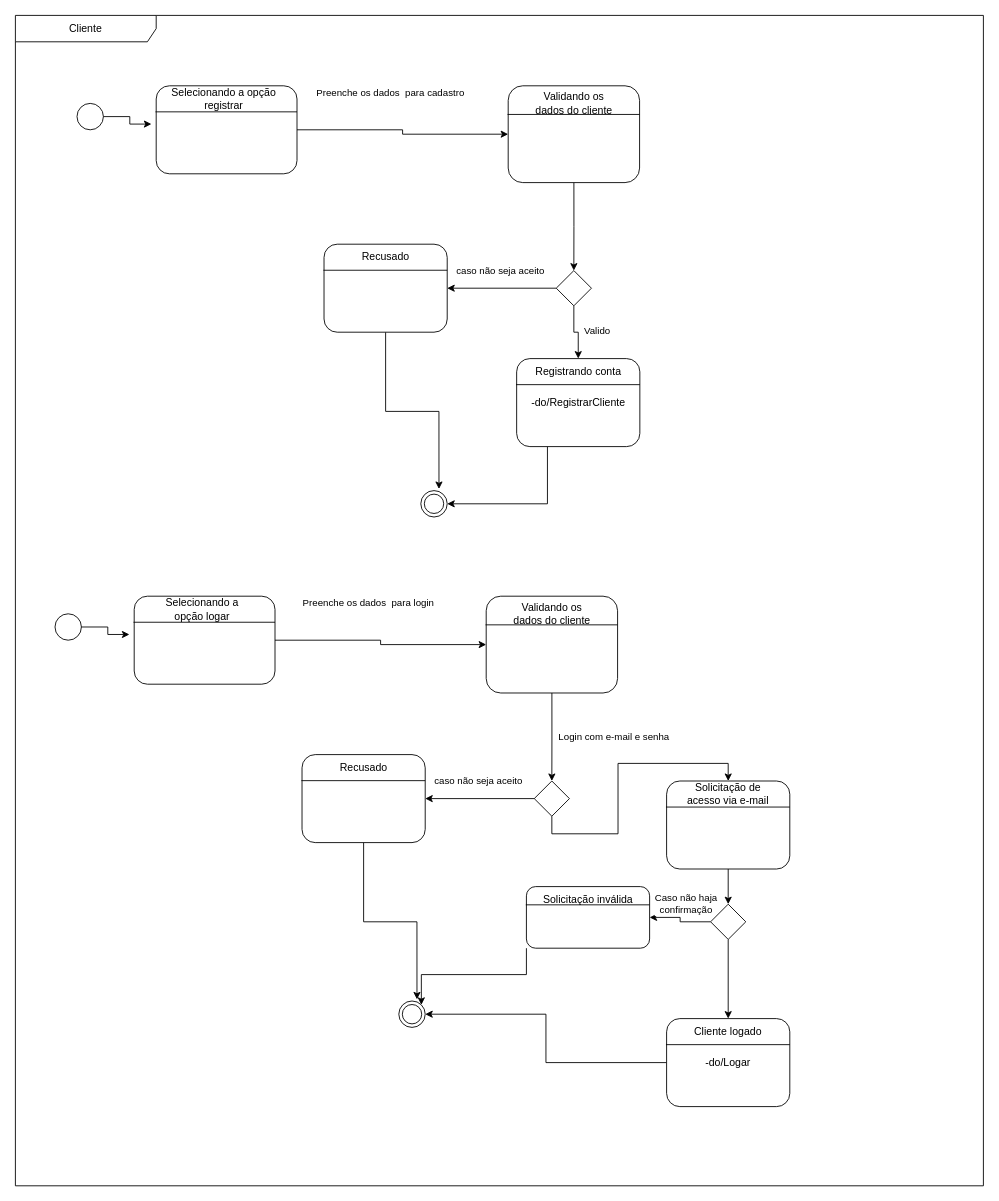
The draw.io diagram Cliente.drawio in PedroAP2/Projeto-EngenhariaDaComputacao, before the edit. Source tidied: cells renumbered, new cells numbered last; positions are measured from the earlier drawing's top-left corner, leaving out a move shared by most shapes. Both pictures are drawn from the tidied source at 88%, with x=0, y=0 at pixel (15, 15).
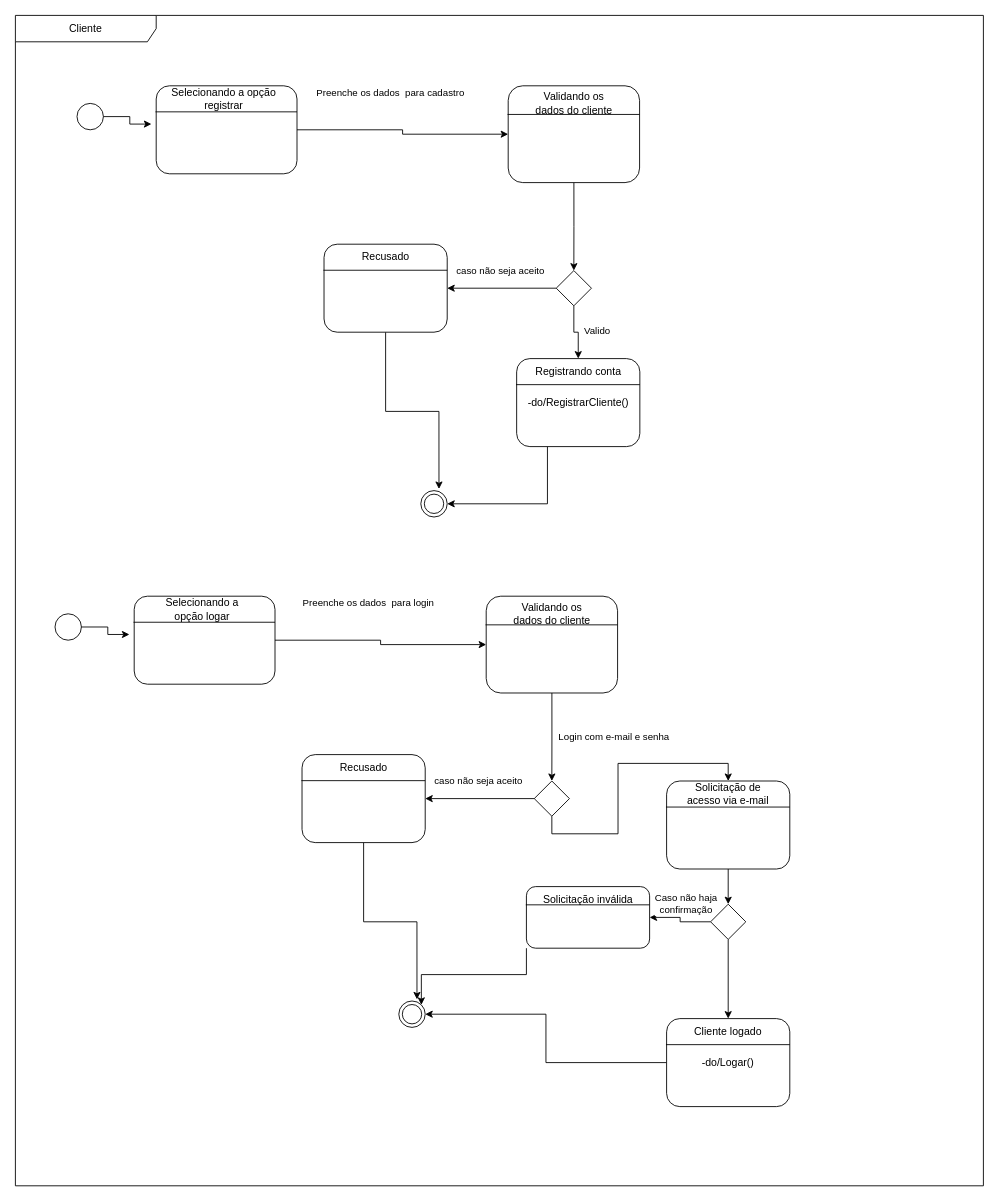
The same diagram, later.

Unchanged cells that the change refers to:
```xml
<mxCell id="2" value="Cliente" style="shape=umlFrame;whiteSpace=wrap;html=1;width=160;" parent="1" vertex="1">
  <mxGeometry width="1100" height="1330" as="geometry" />
</mxCell>
```

The edit, as a diff of the source:
```diff
@@
-    <mxCell id="17" value="-do/RegistrarCliente" style="rounded=1;whiteSpace=wrap;html=1;" parent="2" vertex="1">
+    <mxCell id="17" value="-do/RegistrarCliente()" style="rounded=1;whiteSpace=wrap;html=1;" parent="2" vertex="1">
       <mxGeometry x="569.6" y="390" width="140" height="100" as="geometry" />
     </mxCell>
@@
-    <mxCell id="37" value="-do/Logar" style="rounded=1;whiteSpace=wrap;html=1;" parent="2" vertex="1">
+    <mxCell id="37" value="-do/Logar()" style="rounded=1;whiteSpace=wrap;html=1;" parent="2" vertex="1">
       <mxGeometry x="740" y="1140" width="140" height="100" as="geometry" />
     </mxCell>
```
